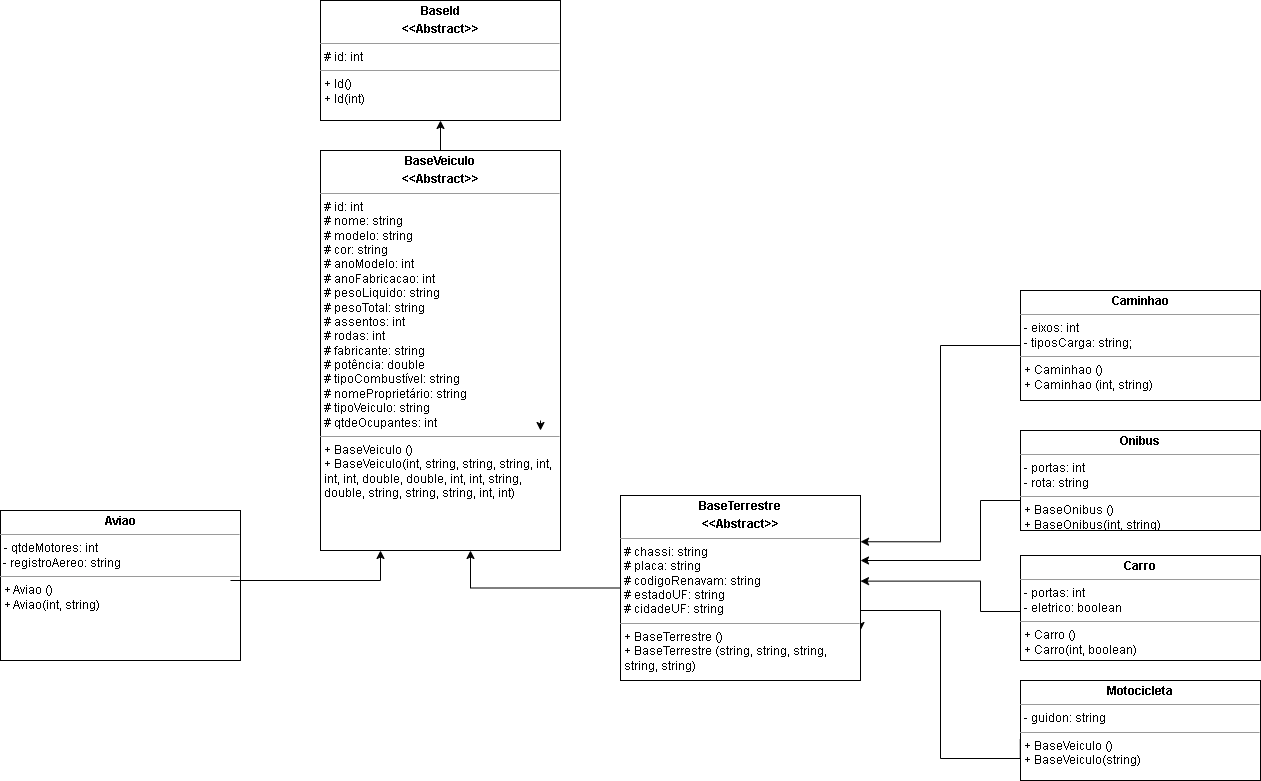
Before: lista005/diagrama-lista05-projetoveiculos.png, a diagram exported from draw.io (TakayamaUniderp/POO). Source tidied: cells renumbered, new cells last; positions are measured from the earlier drawing's top-left corner, leaving out a move shared by most shapes.
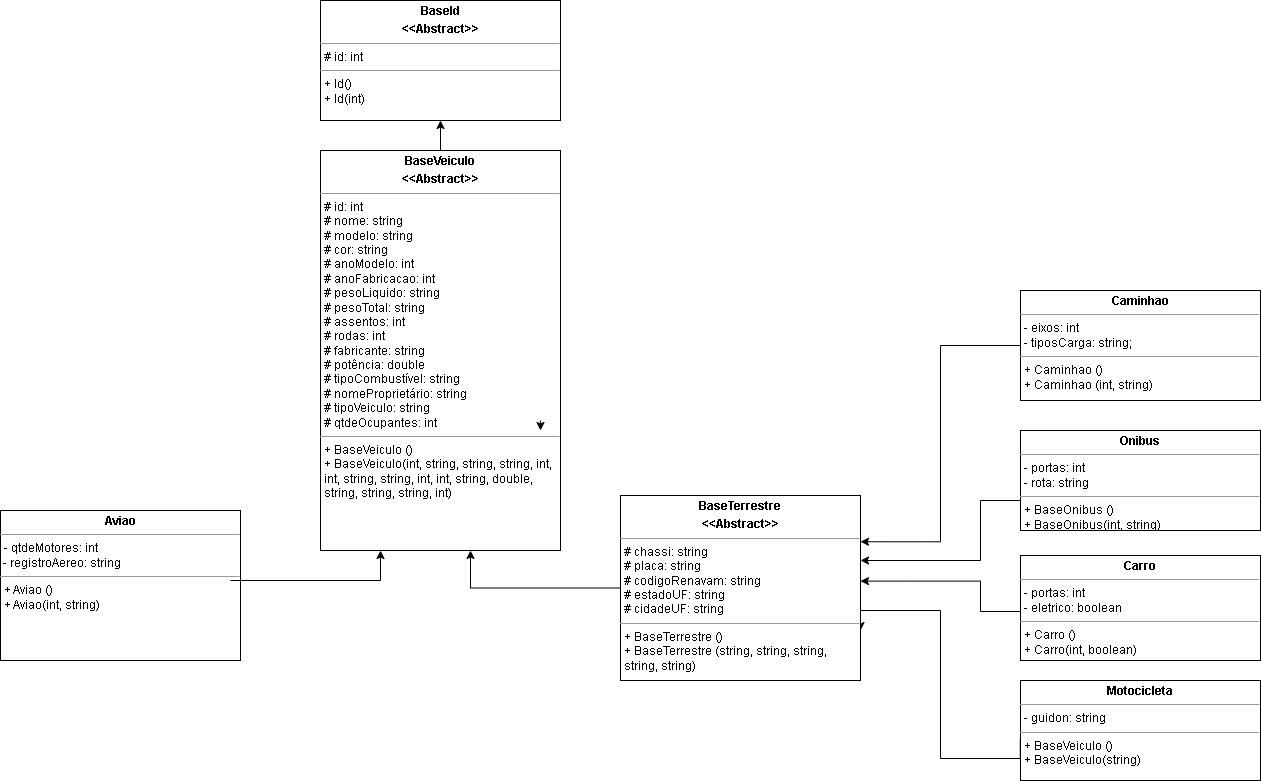
After the commit.

Commit message:
corrigindo-base-veiculo-diagrama

Diff of the diagram source:
```diff
@@ -8,7 +8,7 @@
     <mxCell id="3" style="edgeStyle=orthogonalEdgeStyle;rounded=0;jettySize=auto;html=1;entryX=0.5;entryY=1;entryDx=0;entryDy=0;" parent="1" edge="1" source="4" target="2">
       <mxGeometry relative="1" as="geometry" />
     </mxCell>
-    <mxCell id="4" value="&lt;p style=&quot;margin:0px;margin-top:4px;text-align:center;&quot;&gt;&lt;b&gt;BaseVeiculo&lt;/b&gt;&lt;/p&gt;&lt;p style=&quot;margin:0px;margin-top:4px;text-align:center;&quot;&gt;&lt;b&gt;&amp;lt;&amp;lt;Abstract&amp;gt;&amp;gt;&lt;/b&gt;&lt;/p&gt;&lt;hr size=&quot;1&quot;&gt;&lt;p style=&quot;margin:0px;margin-left:4px;&quot;&gt;# id: int&lt;/p&gt;&lt;p style=&quot;margin:0px;margin-left:4px;&quot;&gt;# nome: string&lt;/p&gt;&lt;p style=&quot;margin:0px;margin-left:4px;&quot;&gt;# modelo: string&lt;/p&gt;&lt;p style=&quot;margin:0px;margin-left:4px;&quot;&gt;# cor: string&lt;/p&gt;&lt;p style=&quot;margin:0px;margin-left:4px;&quot;&gt;# anoModelo: int&lt;/p&gt;&lt;p style=&quot;margin:0px;margin-left:4px;&quot;&gt;# anoFabricacao: int&lt;/p&gt;&lt;p style=&quot;margin:0px;margin-left:4px;&quot;&gt;# pesoLiquido: string&lt;/p&gt;&lt;p style=&quot;margin:0px;margin-left:4px;&quot;&gt;# pesoTotal: string&lt;/p&gt;&lt;p style=&quot;margin:0px;margin-left:4px;&quot;&gt;# assentos: int&lt;/p&gt;&lt;p style=&quot;margin:0px;margin-left:4px;&quot;&gt;# rodas: int&lt;/p&gt;&lt;p style=&quot;margin:0px;margin-left:4px;&quot;&gt;# fabricante: string&lt;/p&gt;&lt;p style=&quot;margin:0px;margin-left:4px;&quot;&gt;# potência: double&lt;/p&gt;&lt;p style=&quot;margin:0px;margin-left:4px;&quot;&gt;# tipoCombustível: string&lt;/p&gt;&lt;p style=&quot;margin:0px;margin-left:4px;&quot;&gt;# nomeProprietário: string&lt;/p&gt;&lt;p style=&quot;margin:0px;margin-left:4px;&quot;&gt;# tipoVeiculo: string&lt;/p&gt;&lt;p style=&quot;margin:0px;margin-left:4px;&quot;&gt;# qtdeOcupantes: int&lt;/p&gt;&lt;hr size=&quot;1&quot;&gt;&lt;p style=&quot;margin:0px;margin-left:4px;&quot;&gt;+ BaseVeiculo ()&lt;/p&gt;&lt;p style=&quot;margin:0px;margin-left:4px;&quot;&gt;+ BaseVeiculo(int, string, string, string, int, int, int, double, double, int, int, string, double, string, string, string, int, int)&lt;/p&gt;&lt;p style=&quot;margin:0px;margin-left:4px;&quot;&gt;&lt;br&gt;&lt;/p&gt;&lt;p style=&quot;margin:0px;margin-left:4px;&quot;&gt;&lt;br&gt;&lt;/p&gt;" style="verticalAlign=top;align=left;overflow=fill;fontSize=12;fontFamily=Helvetica;html=1;whiteSpace=wrap;" parent="1" vertex="1">
+    <mxCell id="4" value="&lt;p style=&quot;margin:0px;margin-top:4px;text-align:center;&quot;&gt;&lt;b&gt;BaseVeiculo&lt;/b&gt;&lt;/p&gt;&lt;p style=&quot;margin:0px;margin-top:4px;text-align:center;&quot;&gt;&lt;b&gt;&amp;lt;&amp;lt;Abstract&amp;gt;&amp;gt;&lt;/b&gt;&lt;/p&gt;&lt;hr size=&quot;1&quot;&gt;&lt;p style=&quot;margin:0px;margin-left:4px;&quot;&gt;# id: int&lt;/p&gt;&lt;p style=&quot;margin:0px;margin-left:4px;&quot;&gt;# nome: string&lt;/p&gt;&lt;p style=&quot;margin:0px;margin-left:4px;&quot;&gt;# modelo: string&lt;/p&gt;&lt;p style=&quot;margin:0px;margin-left:4px;&quot;&gt;# cor: string&lt;/p&gt;&lt;p style=&quot;margin:0px;margin-left:4px;&quot;&gt;# anoModelo: int&lt;/p&gt;&lt;p style=&quot;margin:0px;margin-left:4px;&quot;&gt;# anoFabricacao: int&lt;/p&gt;&lt;p style=&quot;margin:0px;margin-left:4px;&quot;&gt;# pesoLiquido: string&lt;/p&gt;&lt;p style=&quot;margin:0px;margin-left:4px;&quot;&gt;# pesoTotal: string&lt;/p&gt;&lt;p style=&quot;margin:0px;margin-left:4px;&quot;&gt;# assentos: int&lt;/p&gt;&lt;p style=&quot;margin:0px;margin-left:4px;&quot;&gt;# rodas: int&lt;/p&gt;&lt;p style=&quot;margin:0px;margin-left:4px;&quot;&gt;# fabricante: string&lt;/p&gt;&lt;p style=&quot;margin:0px;margin-left:4px;&quot;&gt;# potência: double&lt;/p&gt;&lt;p style=&quot;margin:0px;margin-left:4px;&quot;&gt;# tipoCombustível: string&lt;/p&gt;&lt;p style=&quot;margin:0px;margin-left:4px;&quot;&gt;# nomeProprietário: string&lt;/p&gt;&lt;p style=&quot;margin:0px;margin-left:4px;&quot;&gt;# tipoVeiculo: string&lt;/p&gt;&lt;p style=&quot;margin:0px;margin-left:4px;&quot;&gt;# qtdeOcupantes: int&lt;/p&gt;&lt;hr size=&quot;1&quot;&gt;&lt;p style=&quot;margin:0px;margin-left:4px;&quot;&gt;+ BaseVeiculo ()&lt;/p&gt;&lt;p style=&quot;margin:0px;margin-left:4px;&quot;&gt;+ BaseVeiculo(int, string, string, string, int, int, string, string, int, int, string, double, string, string, string, int)&lt;/p&gt;&lt;p style=&quot;margin:0px;margin-left:4px;&quot;&gt;&lt;br&gt;&lt;/p&gt;&lt;p style=&quot;margin:0px;margin-left:4px;&quot;&gt;&lt;br&gt;&lt;/p&gt;" style="verticalAlign=top;align=left;overflow=fill;fontSize=12;fontFamily=Helvetica;html=1;whiteSpace=wrap;" parent="1" vertex="1">
       <mxGeometry x="320" y="150" width="240" height="400" as="geometry" />
     </mxCell>
     <mxCell id="5" style="edgeStyle=orthogonalEdgeStyle;rounded=0;orthogonalLoop=1;jettySize=auto;html=1;exitX=0.5;exitY=1;exitDx=0;exitDy=0;" parent="1" edge="1">
```
